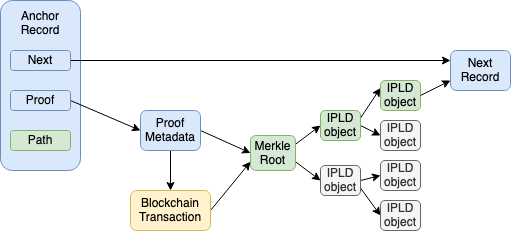
Before: images/anchor-record.png, a diagram exported from draw.io (ceramicnetwork/specs). Source tidied: cells renumbered, new cells last; positions are measured from the earlier drawing's top-left corner, leaving out a move shared by most shapes. Its diagram source:
```xml
<mxGraphModel>
  <root>
    <mxCell id="0" />
    <mxCell id="1" parent="0" />
    <mxCell id="2" value="Anchor Record" style="rounded=1;whiteSpace=wrap;html=1;verticalAlign=top;spacingTop=2;fillColor=#dae8fc;strokeColor=#6c8ebf;" parent="1" vertex="1">
      <mxGeometry width="80" height="170" as="geometry" />
    </mxCell>
    <mxCell id="3" style="edgeStyle=none;rounded=0;jettySize=auto;html=1;exitX=1;exitY=0.5;exitDx=0;exitDy=0;entryX=0;entryY=0.5;entryDx=0;entryDy=0;" parent="1" edge="1" source="5" target="8">
      <mxGeometry relative="1" as="geometry" />
    </mxCell>
    <mxCell id="4" style="edgeStyle=none;rounded=0;jettySize=auto;html=1;exitX=0.5;exitY=1;exitDx=0;exitDy=0;entryX=0.5;entryY=0;entryDx=0;entryDy=0;" parent="1" edge="1" source="5" target="27">
      <mxGeometry relative="1" as="geometry" />
    </mxCell>
    <mxCell id="5" value="Proof Metadata" style="rounded=1;whiteSpace=wrap;html=1;fillColor=#dae8fc;strokeColor=#6c8ebf;" parent="1" vertex="1">
      <mxGeometry x="140" y="110" width="60" height="40" as="geometry" />
    </mxCell>
    <mxCell id="6" style="rounded=0;jettySize=auto;html=1;exitX=1;exitY=0.25;exitDx=0;exitDy=0;entryX=0;entryY=0.5;entryDx=0;entryDy=0;" parent="1" edge="1" source="8" target="12">
      <mxGeometry relative="1" as="geometry" />
    </mxCell>
    <mxCell id="7" style="edgeStyle=none;rounded=0;jettySize=auto;html=1;exitX=1;exitY=0.75;exitDx=0;exitDy=0;entryX=0;entryY=0.5;entryDx=0;entryDy=0;" parent="1" edge="1" source="8" target="15">
      <mxGeometry relative="1" as="geometry" />
    </mxCell>
    <mxCell id="8" value="Merkle Root" style="rounded=1;whiteSpace=wrap;html=1;fillColor=#d5e8d4;strokeColor=#82b366;" parent="1" vertex="1">
      <mxGeometry x="250" y="135" width="45" height="35" as="geometry" />
    </mxCell>
    <mxCell id="9" value="Next Record" style="rounded=1;whiteSpace=wrap;html=1;fillColor=#dae8fc;strokeColor=#6c8ebf;" parent="1" vertex="1">
      <mxGeometry x="450" y="50" width="60" height="40" as="geometry" />
    </mxCell>
    <mxCell id="10" style="rounded=0;jettySize=auto;html=1;exitX=1;exitY=0.25;exitDx=0;exitDy=0;entryX=0;entryY=0.25;entryDx=0;entryDy=0;" parent="1" edge="1" source="12" target="17">
      <mxGeometry relative="1" as="geometry" />
    </mxCell>
    <mxCell id="11" style="edgeStyle=none;rounded=0;jettySize=auto;html=1;exitX=1;exitY=0.5;exitDx=0;exitDy=0;entryX=0;entryY=0.5;entryDx=0;entryDy=0;" parent="1" edge="1" source="12" target="16">
      <mxGeometry relative="1" as="geometry" />
    </mxCell>
    <mxCell id="12" value="IPLD object" style="rounded=1;whiteSpace=wrap;html=1;fillColor=#d5e8d4;strokeColor=#82b366;" parent="1" vertex="1">
      <mxGeometry x="320" y="110" width="40" height="30" as="geometry" />
    </mxCell>
    <mxCell id="13" style="edgeStyle=none;rounded=0;jettySize=auto;html=1;exitX=1;exitY=0.75;exitDx=0;exitDy=0;entryX=0;entryY=0.5;entryDx=0;entryDy=0;" parent="1" edge="1" source="15" target="19">
      <mxGeometry relative="1" as="geometry" />
    </mxCell>
    <mxCell id="14" style="edgeStyle=none;rounded=0;jettySize=auto;html=1;exitX=1;exitY=0.5;exitDx=0;exitDy=0;entryX=0;entryY=0.5;entryDx=0;entryDy=0;" parent="1" edge="1" source="15" target="20">
      <mxGeometry relative="1" as="geometry" />
    </mxCell>
    <mxCell id="15" value="IPLD object" style="rounded=1;whiteSpace=wrap;html=1;fillColor=#f5f5f5;strokeColor=#666666;fontColor=#333333;" parent="1" vertex="1">
      <mxGeometry x="320" y="165" width="40" height="30" as="geometry" />
    </mxCell>
    <mxCell id="16" value="IPLD object" style="rounded=1;whiteSpace=wrap;html=1;fillColor=#f5f5f5;strokeColor=#666666;fontColor=#333333;" parent="1" vertex="1">
      <mxGeometry x="380" y="120" width="40" height="30" as="geometry" />
    </mxCell>
    <mxCell id="17" value="IPLD object" style="rounded=1;whiteSpace=wrap;html=1;fillColor=#d5e8d4;strokeColor=#82b366;" parent="1" vertex="1">
      <mxGeometry x="380" y="80" width="40" height="30" as="geometry" />
    </mxCell>
    <mxCell id="18" style="edgeStyle=none;rounded=0;jettySize=auto;html=1;exitX=1;exitY=0.5;exitDx=0;exitDy=0;entryX=0;entryY=0.75;entryDx=0;entryDy=0;" parent="1" edge="1" source="17" target="9">
      <mxGeometry relative="1" as="geometry" />
    </mxCell>
    <mxCell id="19" value="IPLD object" style="rounded=1;whiteSpace=wrap;html=1;fillColor=#f5f5f5;strokeColor=#666666;fontColor=#333333;" parent="1" vertex="1">
      <mxGeometry x="380" y="200" width="40" height="30" as="geometry" />
    </mxCell>
    <mxCell id="20" value="IPLD object" style="rounded=1;whiteSpace=wrap;html=1;fillColor=#f5f5f5;strokeColor=#666666;fontColor=#333333;" parent="1" vertex="1">
      <mxGeometry x="380" y="160" width="40" height="30" as="geometry" />
    </mxCell>
    <mxCell id="21" style="edgeStyle=none;rounded=0;jettySize=auto;html=1;exitX=1;exitY=0.5;exitDx=0;exitDy=0;entryX=0;entryY=0.25;entryDx=0;entryDy=0;" parent="1" edge="1" source="22" target="9">
      <mxGeometry relative="1" as="geometry" />
    </mxCell>
    <mxCell id="22" value="Next" style="rounded=1;whiteSpace=wrap;html=1;fillColor=#dae8fc;strokeColor=#6c8ebf;" parent="1" vertex="1">
      <mxGeometry x="10" y="50" width="60" height="20" as="geometry" />
    </mxCell>
    <mxCell id="23" style="edgeStyle=none;rounded=0;jettySize=auto;html=1;exitX=1;exitY=0.5;exitDx=0;exitDy=0;entryX=0;entryY=0.5;entryDx=0;entryDy=0;" parent="1" edge="1" source="24" target="5">
      <mxGeometry relative="1" as="geometry" />
    </mxCell>
    <mxCell id="24" value="Proof" style="rounded=1;whiteSpace=wrap;html=1;fillColor=#dae8fc;strokeColor=#6c8ebf;" parent="1" vertex="1">
      <mxGeometry x="10" y="90" width="60" height="20" as="geometry" />
    </mxCell>
    <mxCell id="25" value="Path" style="rounded=1;whiteSpace=wrap;html=1;fillColor=#d5e8d4;strokeColor=#82b366;" parent="1" vertex="1">
      <mxGeometry x="10" y="130" width="60" height="20" as="geometry" />
    </mxCell>
    <mxCell id="26" style="edgeStyle=none;rounded=0;jettySize=auto;html=1;exitX=1;exitY=0.5;exitDx=0;exitDy=0;entryX=0;entryY=0.75;entryDx=0;entryDy=0;" parent="1" edge="1" source="27" target="8">
      <mxGeometry relative="1" as="geometry" />
    </mxCell>
    <mxCell id="27" value="Blockchain Transaction" style="rounded=1;whiteSpace=wrap;html=1;fillColor=#fff2cc;strokeColor=#d6b656;" parent="1" vertex="1">
      <mxGeometry x="130" y="190" width="80" height="40" as="geometry" />
    </mxCell>
  </root>
</mxGraphModel>
```
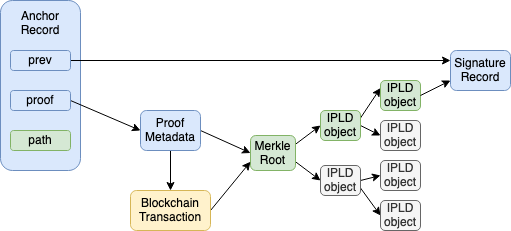
After the commit.

Commit message:
fix: update anchor record image

Diff of the diagram source:
```diff
@@ -23,7 +23,7 @@
     <mxCell id="8" value="Merkle Root" style="rounded=1;whiteSpace=wrap;html=1;fillColor=#d5e8d4;strokeColor=#82b366;" parent="1" vertex="1">
       <mxGeometry x="250" y="135" width="45" height="35" as="geometry" />
     </mxCell>
-    <mxCell id="9" value="Next Record" style="rounded=1;whiteSpace=wrap;html=1;fillColor=#dae8fc;strokeColor=#6c8ebf;" parent="1" vertex="1">
+    <mxCell id="9" value="Signature Record" style="rounded=1;whiteSpace=wrap;html=1;fillColor=#dae8fc;strokeColor=#6c8ebf;" parent="1" vertex="1">
       <mxGeometry x="450" y="50" width="60" height="40" as="geometry" />
     </mxCell>
     <mxCell id="10" style="rounded=0;jettySize=auto;html=1;exitX=1;exitY=0.25;exitDx=0;exitDy=0;entryX=0;entryY=0.25;entryDx=0;entryDy=0;" parent="1" edge="1" source="12" target="17">
@@ -62,16 +62,16 @@
     <mxCell id="21" style="edgeStyle=none;rounded=0;jettySize=auto;html=1;exitX=1;exitY=0.5;exitDx=0;exitDy=0;entryX=0;entryY=0.25;entryDx=0;entryDy=0;" parent="1" edge="1" source="22" target="9">
       <mxGeometry relative="1" as="geometry" />
     </mxCell>
-    <mxCell id="22" value="Next" style="rounded=1;whiteSpace=wrap;html=1;fillColor=#dae8fc;strokeColor=#6c8ebf;" parent="1" vertex="1">
+    <mxCell id="22" value="prev" style="rounded=1;whiteSpace=wrap;html=1;fillColor=#dae8fc;strokeColor=#6c8ebf;" parent="1" vertex="1">
       <mxGeometry x="10" y="50" width="60" height="20" as="geometry" />
     </mxCell>
     <mxCell id="23" style="edgeStyle=none;rounded=0;jettySize=auto;html=1;exitX=1;exitY=0.5;exitDx=0;exitDy=0;entryX=0;entryY=0.5;entryDx=0;entryDy=0;" parent="1" edge="1" source="24" target="5">
       <mxGeometry relative="1" as="geometry" />
     </mxCell>
-    <mxCell id="24" value="Proof" style="rounded=1;whiteSpace=wrap;html=1;fillColor=#dae8fc;strokeColor=#6c8ebf;" parent="1" vertex="1">
+    <mxCell id="24" value="proof" style="rounded=1;whiteSpace=wrap;html=1;fillColor=#dae8fc;strokeColor=#6c8ebf;" parent="1" vertex="1">
       <mxGeometry x="10" y="90" width="60" height="20" as="geometry" />
     </mxCell>
-    <mxCell id="25" value="Path" style="rounded=1;whiteSpace=wrap;html=1;fillColor=#d5e8d4;strokeColor=#82b366;" parent="1" vertex="1">
+    <mxCell id="25" value="path" style="rounded=1;whiteSpace=wrap;html=1;fillColor=#d5e8d4;strokeColor=#82b366;" parent="1" vertex="1">
       <mxGeometry x="10" y="130" width="60" height="20" as="geometry" />
     </mxCell>
     <mxCell id="26" style="edgeStyle=none;rounded=0;jettySize=auto;html=1;exitX=1;exitY=0.5;exitDx=0;exitDy=0;entryX=0;entryY=0.75;entryDx=0;entryDy=0;" parent="1" edge="1" source="27" target="8">
```
